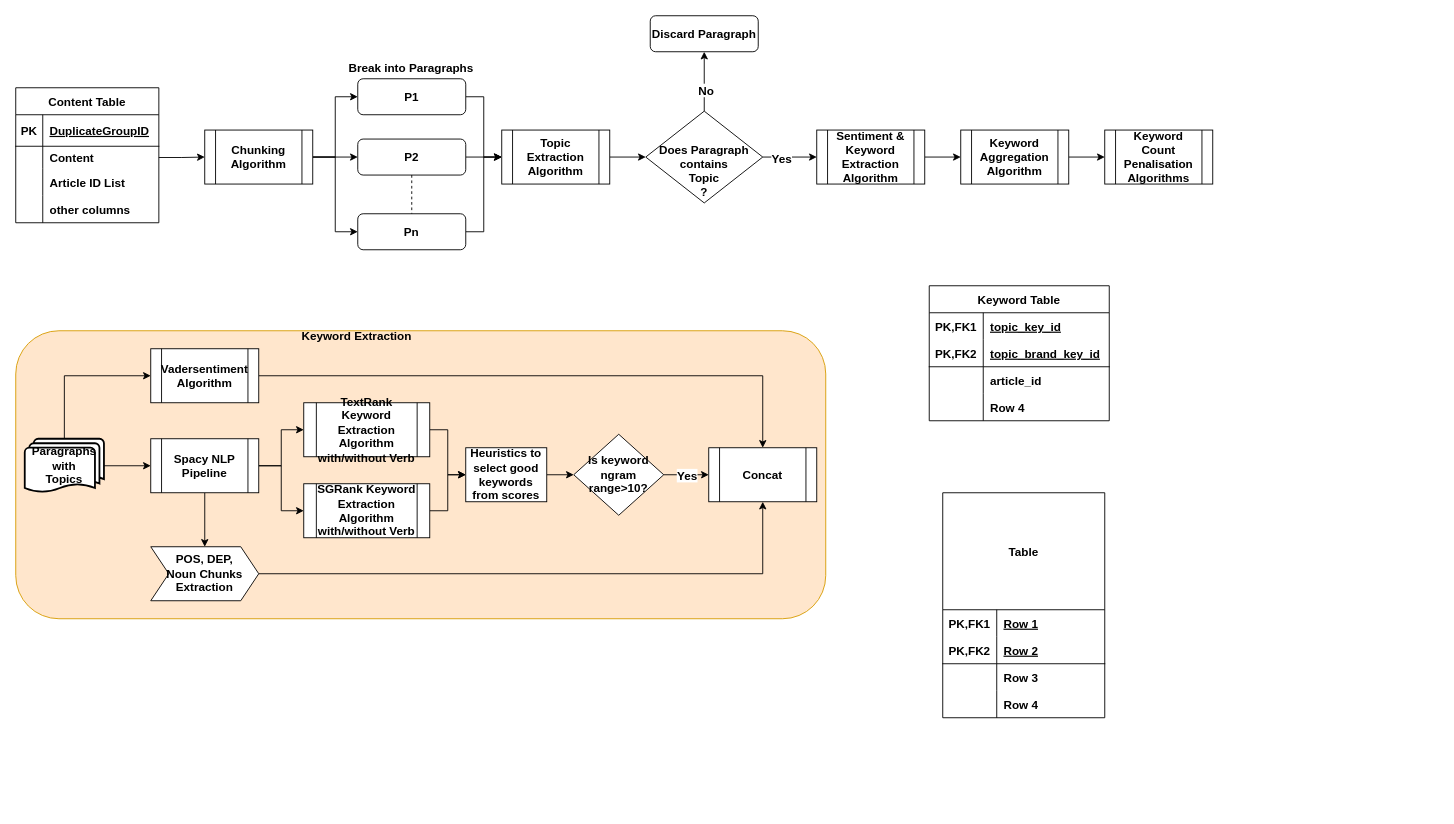
travel-code-sleep/darw_io_diagrams keeps this draw.io diagram as Topic_Sentiment_Keyword_Extraction.drawio. Above is the earlier version. Source tidied: cells renumbered, new cells numbered last; positions are measured from the earlier drawing's top-left corner, leaving out a move shared by most shapes. Both pictures are drawn from the tidied source at 90%, with x=0, y=0 at pixel (15, 15).
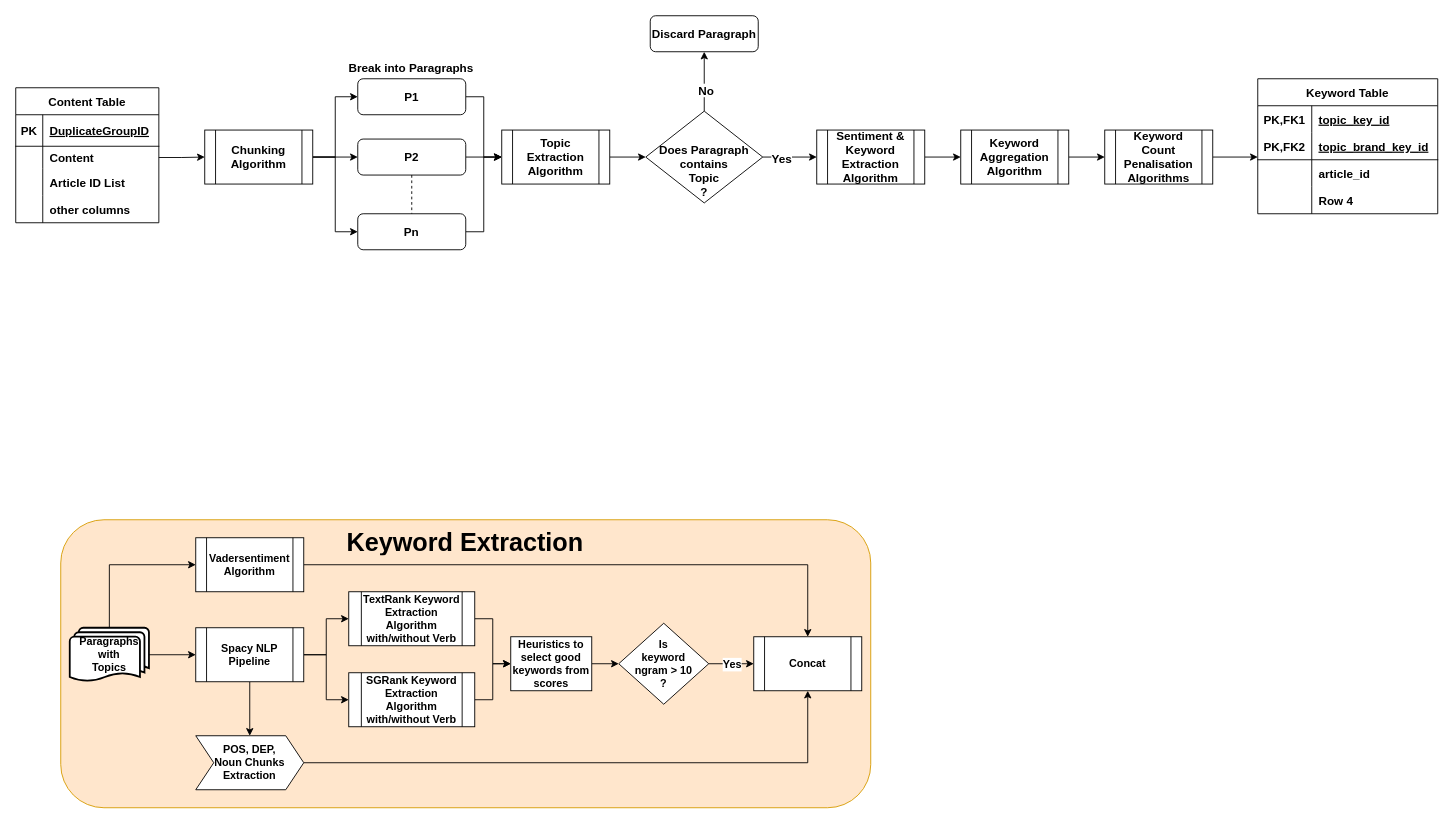
Above is the later version.

Unchanged cells that the change refers to:
```xml
<mxCell id="68" style="shape=tableRow;horizontal=0;startSize=0;swimlaneHead=0;swimlaneBody=0;fillColor=none;points=[[0,0.5],[1,0.5]];portConstraint=eastwest;top=0;left=0;right=0;bottom=1;fontStyle=1;fontSize=13;" parent="64" vertex="1">
  <mxGeometry y="60" width="200" height="30" as="geometry" />
</mxCell>
<mxCell id="77" value="Keyword Count Penalisation Algorithms" style="shape=process;whiteSpace=wrap;html=1;backgroundOutline=1;fontStyle=1;fontSize=13;" parent="1" vertex="1">
  <mxGeometry x="1210" y="127" width="120" height="60" as="geometry" />
</mxCell>
```

What changed in the source:
```diff
@@
-    <mxCell id="39" style="rounded=1;whiteSpace=wrap;html=1;fillColor=#ffe6cc;strokeColor=#d79b00;fontStyle=1;fontSize=13;" parent="1" vertex="1">
-      <mxGeometry y="350" width="900" height="320" as="geometry" />
+    <mxCell id="39" style="rounded=1;whiteSpace=wrap;html=1;fillColor=#ffe6cc;strokeColor=#d79b00;fontStyle=1;fontSize=12;" parent="1" vertex="1">
+      <mxGeometry x="50" y="560" width="900" height="320" as="geometry" />
     </mxCell>
-    <mxCell id="40" style="edgeStyle=orthogonalEdgeStyle;rounded=0;jettySize=auto;html=1;exitX=0.5;exitY=0;exitDx=0;exitDy=0;exitPerimeter=0;entryX=0;entryY=0.5;entryDx=0;entryDy=0;endArrow=classic;endFill=1;fontStyle=1;fontSize=13;" parent="1" edge="1" source="42" target="44">
+    <mxCell id="40" style="edgeStyle=orthogonalEdgeStyle;rounded=0;jettySize=auto;html=1;exitX=0.5;exitY=0;exitDx=0;exitDy=0;exitPerimeter=0;entryX=0;entryY=0.5;entryDx=0;entryDy=0;endArrow=classic;endFill=1;fontStyle=1;fontSize=12;" parent="1" edge="1" source="42" target="44">
       <mxGeometry relative="1" as="geometry" />
     </mxCell>
-    <mxCell id="41" style="edgeStyle=orthogonalEdgeStyle;rounded=0;jettySize=auto;html=1;exitX=1;exitY=0.5;exitDx=0;exitDy=0;exitPerimeter=0;endArrow=classic;endFill=1;fontStyle=1;fontSize=13;" parent="1" edge="1" source="42" target="48">
+    <mxCell id="41" style="edgeStyle=orthogonalEdgeStyle;rounded=0;jettySize=auto;html=1;exitX=1;exitY=0.5;exitDx=0;exitDy=0;exitPerimeter=0;endArrow=classic;endFill=1;fontStyle=1;fontSize=12;" parent="1" edge="1" source="42" target="48">
       <mxGeometry relative="1" as="geometry" />
     </mxCell>
-    <mxCell id="42" value="Paragraphs with&lt;br style=&quot;font-size: 13px;&quot;&gt;Topics" style="strokeWidth=2;html=1;shape=mxgraph.flowchart.multi-document;whiteSpace=wrap;fontStyle=1;fontSize=13;" parent="1" vertex="1">
-      <mxGeometry x="10" y="470" width="88" height="60" as="geometry" />
+    <mxCell id="42" value="Paragraphs with&lt;br style=&quot;font-size: 12px;&quot;&gt;Topics" style="strokeWidth=2;html=1;shape=mxgraph.flowchart.multi-document;whiteSpace=wrap;fontStyle=1;fontSize=12;" parent="1" vertex="1">
+      <mxGeometry x="60" y="680" width="88" height="60" as="geometry" />
     </mxCell>
-    <mxCell id="43" style="edgeStyle=orthogonalEdgeStyle;rounded=0;jettySize=auto;html=1;exitX=1;exitY=0.5;exitDx=0;exitDy=0;entryX=0.5;entryY=0;entryDx=0;entryDy=0;endArrow=classic;endFill=1;fontStyle=1;fontSize=13;" parent="1" edge="1" source="44" target="62">
+    <mxCell id="43" style="edgeStyle=orthogonalEdgeStyle;rounded=0;jettySize=auto;html=1;exitX=1;exitY=0.5;exitDx=0;exitDy=0;entryX=0.5;entryY=0;entryDx=0;entryDy=0;endArrow=classic;endFill=1;fontStyle=1;fontSize=12;" parent="1" edge="1" source="44" target="62">
       <mxGeometry relative="1" as="geometry" />
     </mxCell>
-    <mxCell id="44" value="&lt;span style=&quot;font-size: 13px;&quot;&gt;Vadersentiment&lt;/span&gt;&lt;br style=&quot;font-size: 13px;&quot;&gt;&lt;span style=&quot;font-size: 13px;&quot;&gt;Algorithm&lt;/span&gt;" style="shape=process;whiteSpace=wrap;html=1;backgroundOutline=1;fontStyle=1;fontSize=13;" parent="1" vertex="1">
-      <mxGeometry x="150" y="370" width="120" height="60" as="geometry" />
+    <mxCell id="44" value="&lt;span style=&quot;font-size: 12px;&quot;&gt;Vadersentiment&lt;/span&gt;&lt;br style=&quot;font-size: 12px;&quot;&gt;&lt;span style=&quot;font-size: 12px;&quot;&gt;Algorithm&lt;/span&gt;" style="shape=process;whiteSpace=wrap;html=1;backgroundOutline=1;fontStyle=1;fontSize=12;" parent="1" vertex="1">
+      <mxGeometry x="200" y="580" width="120" height="60" as="geometry" />
     </mxCell>
-    <mxCell id="45" style="edgeStyle=orthogonalEdgeStyle;rounded=0;jettySize=auto;html=1;exitX=1;exitY=0.5;exitDx=0;exitDy=0;entryX=0;entryY=0.5;entryDx=0;entryDy=0;endArrow=classic;endFill=1;fontStyle=1;fontSize=13;" parent="1" edge="1" source="48" target="50">
+    <mxCell id="45" style="edgeStyle=orthogonalEdgeStyle;rounded=0;jettySize=auto;html=1;exitX=1;exitY=0.5;exitDx=0;exitDy=0;entryX=0;entryY=0.5;entryDx=0;entryDy=0;endArrow=classic;endFill=1;fontStyle=1;fontSize=12;" parent="1" edge="1" source="48" target="50">
       <mxGeometry relative="1" as="geometry" />
     </mxCell>
-    <mxCell id="46" style="edgeStyle=orthogonalEdgeStyle;rounded=0;jettySize=auto;html=1;exitX=1;exitY=0.5;exitDx=0;exitDy=0;endArrow=classic;endFill=1;fontStyle=1;fontSize=13;" parent="1" edge="1" source="48" target="54">
+    <mxCell id="46" style="edgeStyle=orthogonalEdgeStyle;rounded=0;jettySize=auto;html=1;exitX=1;exitY=0.5;exitDx=0;exitDy=0;endArrow=classic;endFill=1;fontStyle=1;fontSize=12;" parent="1" edge="1" source="48" target="54">
       <mxGeometry relative="1" as="geometry" />
     </mxCell>
-    <mxCell id="47" style="edgeStyle=orthogonalEdgeStyle;rounded=0;jettySize=auto;html=1;exitX=0.5;exitY=1;exitDx=0;exitDy=0;entryX=0.5;entryY=0;entryDx=0;entryDy=0;endArrow=classic;endFill=1;fontStyle=1;fontSize=13;" parent="1" edge="1" source="48" target="52">
+    <mxCell id="47" style="edgeStyle=orthogonalEdgeStyle;rounded=0;jettySize=auto;html=1;exitX=0.5;exitY=1;exitDx=0;exitDy=0;entryX=0.5;entryY=0;entryDx=0;entryDy=0;endArrow=classic;endFill=1;fontStyle=1;fontSize=12;" parent="1" edge="1" source="48" target="52">
       <mxGeometry relative="1" as="geometry" />
     </mxCell>
-    <mxCell id="48" value="Spacy NLP&lt;br style=&quot;font-size: 13px;&quot;&gt;Pipeline" style="shape=process;whiteSpace=wrap;html=1;backgroundOutline=1;fontStyle=1;fontSize=13;" parent="1" vertex="1">
-      <mxGeometry x="150" y="470" width="120" height="60" as="geometry" />
+    <mxCell id="48" value="Spacy NLP&lt;br style=&quot;font-size: 12px;&quot;&gt;Pipeline" style="shape=process;whiteSpace=wrap;html=1;backgroundOutline=1;fontStyle=1;fontSize=12;" parent="1" vertex="1">
+      <mxGeometry x="200" y="680" width="120" height="60" as="geometry" />
     </mxCell>
-    <mxCell id="49" style="edgeStyle=orthogonalEdgeStyle;rounded=0;jettySize=auto;html=1;exitX=1;exitY=0.5;exitDx=0;exitDy=0;endArrow=classic;endFill=1;fontStyle=1;fontSize=13;" parent="1" edge="1" source="50" target="56">
+    <mxCell id="49" style="edgeStyle=orthogonalEdgeStyle;rounded=0;jettySize=auto;html=1;exitX=1;exitY=0.5;exitDx=0;exitDy=0;endArrow=classic;endFill=1;fontStyle=1;fontSize=12;" parent="1" edge="1" source="50" target="56">
       <mxGeometry relative="1" as="geometry" />
     </mxCell>
-    <mxCell id="50" value="TextRank Keyword Extraction Algorithm&lt;br style=&quot;font-size: 13px;&quot;&gt;with/without Verb" style="shape=process;whiteSpace=wrap;html=1;backgroundOutline=1;fontStyle=1;fontSize=13;" parent="1" vertex="1">
-      <mxGeometry x="320" y="430" width="140" height="60" as="geometry" />
+    <mxCell id="50" value="TextRank Keyword Extraction Algorithm&lt;br style=&quot;font-size: 12px;&quot;&gt;with/without Verb" style="shape=process;whiteSpace=wrap;html=1;backgroundOutline=1;fontStyle=1;fontSize=12;" parent="1" vertex="1">
+      <mxGeometry x="370" y="640" width="140" height="60" as="geometry" />
     </mxCell>
-    <mxCell id="51" style="edgeStyle=orthogonalEdgeStyle;rounded=0;jettySize=auto;html=1;exitX=1;exitY=0.5;exitDx=0;exitDy=0;entryX=0.5;entryY=1;entryDx=0;entryDy=0;endArrow=classic;endFill=1;fontStyle=1;fontSize=13;" parent="1" edge="1" source="52" target="62">
+    <mxCell id="51" style="edgeStyle=orthogonalEdgeStyle;rounded=0;jettySize=auto;html=1;exitX=1;exitY=0.5;exitDx=0;exitDy=0;entryX=0.5;entryY=1;entryDx=0;entryDy=0;endArrow=classic;endFill=1;fontStyle=1;fontSize=12;" parent="1" edge="1" source="52" target="62">
       <mxGeometry relative="1" as="geometry" />
     </mxCell>
-    <mxCell id="52" value="POS, DEP, &lt;br style=&quot;font-size: 13px;&quot;&gt;Noun Chunks&lt;br style=&quot;font-size: 13px;&quot;&gt;Extraction" style="shape=step;perimeter=stepPerimeter;whiteSpace=wrap;html=1;fixedSize=1;fontStyle=1;fontSize=13;" parent="1" vertex="1">
-      <mxGeometry x="150" y="590" width="120" height="60" as="geometry" />
+    <mxCell id="52" value="POS, DEP, &lt;br style=&quot;font-size: 12px;&quot;&gt;Noun Chunks&lt;br style=&quot;font-size: 12px;&quot;&gt;Extraction" style="shape=step;perimeter=stepPerimeter;whiteSpace=wrap;html=1;fixedSize=1;fontStyle=1;fontSize=12;" parent="1" vertex="1">
+      <mxGeometry x="200" y="800" width="120" height="60" as="geometry" />
     </mxCell>
-    <mxCell id="53" style="edgeStyle=orthogonalEdgeStyle;rounded=0;jettySize=auto;html=1;exitX=1;exitY=0.5;exitDx=0;exitDy=0;entryX=0;entryY=0.5;entryDx=0;entryDy=0;endArrow=classic;endFill=1;fontStyle=1;fontSize=13;" parent="1" edge="1" source="54" target="56">
+    <mxCell id="53" style="edgeStyle=orthogonalEdgeStyle;rounded=0;jettySize=auto;html=1;exitX=1;exitY=0.5;exitDx=0;exitDy=0;entryX=0;entryY=0.5;entryDx=0;entryDy=0;endArrow=classic;endFill=1;fontStyle=1;fontSize=12;" parent="1" edge="1" source="54" target="56">
       <mxGeometry relative="1" as="geometry" />
     </mxCell>
-    <mxCell id="54" value="&lt;span style=&quot;font-size: 13px;&quot;&gt;SGRank Keyword Extraction Algorithm&lt;/span&gt;&lt;br style=&quot;font-size: 13px;&quot;&gt;&lt;span style=&quot;font-size: 13px;&quot;&gt;with/without Verb&lt;/span&gt;" style="shape=process;whiteSpace=wrap;html=1;backgroundOutline=1;fontStyle=1;fontSize=13;" parent="1" vertex="1">
-      <mxGeometry x="320" y="520" width="140" height="60" as="geometry" />
+    <mxCell id="54" value="&lt;span style=&quot;font-size: 12px;&quot;&gt;SGRank Keyword Extraction Algorithm&lt;/span&gt;&lt;br style=&quot;font-size: 12px;&quot;&gt;&lt;span style=&quot;font-size: 12px;&quot;&gt;with/without Verb&lt;/span&gt;" style="shape=process;whiteSpace=wrap;html=1;backgroundOutline=1;fontStyle=1;fontSize=12;" parent="1" vertex="1">
+      <mxGeometry x="370" y="730" width="140" height="60" as="geometry" />
     </mxCell>
-    <mxCell id="55" style="edgeStyle=orthogonalEdgeStyle;rounded=0;jettySize=auto;html=1;exitX=1;exitY=0.5;exitDx=0;exitDy=0;entryX=0;entryY=0.5;entryDx=0;entryDy=0;endArrow=classic;endFill=1;fontStyle=1;fontSize=13;" parent="1" edge="1" source="56" target="61">
+    <mxCell id="55" style="edgeStyle=orthogonalEdgeStyle;rounded=0;jettySize=auto;html=1;exitX=1;exitY=0.5;exitDx=0;exitDy=0;entryX=0;entryY=0.5;entryDx=0;entryDy=0;endArrow=classic;endFill=1;fontStyle=1;fontSize=12;" parent="1" edge="1" source="56" target="61">
       <mxGeometry relative="1" as="geometry" />
     </mxCell>
-    <mxCell id="56" value="Heuristics to select good keywords from scores" style="whiteSpace=wrap;html=1;fontStyle=1;fontSize=13;" parent="1" vertex="1">
-      <mxGeometry x="500" y="480" width="90" height="60" as="geometry" />
+    <mxCell id="56" value="Heuristics to select good keywords from scores" style="whiteSpace=wrap;html=1;fontStyle=1;fontSize=12;" parent="1" vertex="1">
+      <mxGeometry x="550" y="690" width="90" height="60" as="geometry" />
     </mxCell>
@@
-    <mxCell id="59" style="edgeStyle=orthogonalEdgeStyle;rounded=0;jettySize=auto;html=1;exitX=1;exitY=0.5;exitDx=0;exitDy=0;entryX=0;entryY=0.5;entryDx=0;entryDy=0;endArrow=classic;endFill=1;fontStyle=1;fontSize=13;" parent="1" edge="1" source="61" target="62">
+    <mxCell id="59" style="edgeStyle=orthogonalEdgeStyle;rounded=0;jettySize=auto;html=1;exitX=1;exitY=0.5;exitDx=0;exitDy=0;entryX=0;entryY=0.5;entryDx=0;entryDy=0;endArrow=classic;endFill=1;fontStyle=1;fontSize=12;" parent="1" edge="1" source="61" target="62">
       <mxGeometry relative="1" as="geometry" />
     </mxCell>
-    <mxCell id="60" value="Yes" style="edgeLabel;html=1;align=center;verticalAlign=middle;fontStyle=1;fontSize=13;" parent="59" vertex="1">
+    <mxCell id="60" value="Yes" style="edgeLabel;html=1;align=center;verticalAlign=middle;fontStyle=1;fontSize=12;" parent="59" vertex="1">
       <mxGeometry relative="1" as="geometry" />
     </mxCell>
-    <mxCell id="61" value="Is keyword&lt;br style=&quot;font-size: 13px;&quot;&gt;ngram&lt;br style=&quot;font-size: 13px;&quot;&gt;range&amp;gt;10?" style="rhombus;whiteSpace=wrap;html=1;fontStyle=1;fontSize=13;" parent="1" vertex="1">
-      <mxGeometry x="620" y="465" width="100" height="90" as="geometry" />
+    <mxCell id="61" value="Is &lt;br&gt;keyword&lt;br style=&quot;font-size: 12px;&quot;&gt;ngram &amp;gt; 10&lt;br&gt;?" style="rhombus;whiteSpace=wrap;html=1;fontStyle=1;fontSize=12;" parent="1" vertex="1">
+      <mxGeometry x="670" y="675" width="100" height="90" as="geometry" />
     </mxCell>
-    <mxCell id="62" value="Concat" style="shape=process;whiteSpace=wrap;html=1;backgroundOutline=1;fontStyle=1;fontSize=13;" parent="1" vertex="1">
-      <mxGeometry x="770" y="480" width="120" height="60" as="geometry" />
+    <mxCell id="62" value="Concat" style="shape=process;whiteSpace=wrap;html=1;backgroundOutline=1;fontStyle=1;fontSize=12;" parent="1" vertex="1">
+      <mxGeometry x="820" y="690" width="120" height="60" as="geometry" />
     </mxCell>
-    <mxCell id="63" value="&lt;h1 style=&quot;font-size: 13px;&quot;&gt;Keyword Extraction&lt;/h1&gt;" style="text;html=1;strokeColor=none;fillColor=none;spacing=5;spacingTop=-20;whiteSpace=wrap;overflow=hidden;rounded=0;fontStyle=1;fontSize=13;" parent="1" vertex="1">
-      <mxGeometry x="312.5" y="350" width="275" height="40" as="geometry" />
+    <mxCell id="63" value="&lt;h1 style=&quot;font-size: 28px;&quot;&gt;Keyword Extraction&lt;/h1&gt;" style="text;html=1;strokeColor=none;fillColor=none;spacing=5;spacingTop=-20;whiteSpace=wrap;overflow=hidden;rounded=0;fontStyle=1;fontSize=28;" parent="1" vertex="1">
+      <mxGeometry x="362.5" y="560" width="275" height="40" as="geometry" />
     </mxCell>
     <mxCell id="64" value="Keyword Table" style="shape=table;startSize=30;childLayout=tableLayout;rowLines=0;fontStyle=1;align=center;fontSize=13;" parent="1" vertex="1">
-      <mxGeometry x="1015" y="300" width="200" height="150" as="geometry" />
+      <mxGeometry x="1380" y="70" width="200" height="150" as="geometry" />
     </mxCell>
@@
+    <mxCell id="91" style="edgeStyle=orthogonalEdgeStyle;rounded=0;jettySize=auto;html=1;exitX=1;exitY=0.5;exitDx=0;exitDy=0;entryX=0;entryY=0.9;entryDx=0;entryDy=0;entryPerimeter=0;fontSize=28;endArrow=classic;endFill=1;" parent="1" edge="1" source="77" target="68">
+      <mxGeometry relative="1" as="geometry" />
+    </mxCell>
@@
-    <mxCell id="78" value="Table" style="shape=table;startSize=130;childLayout=tableLayout;rowLines=0;fontStyle=1;align=center;fontSize=13;" parent="1" vertex="1">
-      <mxGeometry x="1030" y="530" width="180" height="250" as="geometry" />
-    </mxCell>
-    <mxCell id="79" style="shape=tableRow;horizontal=0;startSize=0;swimlaneHead=0;swimlaneBody=0;fillColor=none;top=0;left=0;right=0;bottom=0;fontStyle=1;fontSize=13;" parent="78" vertex="1">
-      <mxGeometry y="130" width="180" height="30" as="geometry" />
-    </mxCell>
-    <mxCell id="80" value="PK,FK1" style="shape=partialRectangle;fillColor=none;top=0;left=0;bottom=0;right=0;fontStyle=1;overflow=hidden;fontSize=13;" parent="79" vertex="1">
-      <mxGeometry width="60" height="30" as="geometry" />
-    </mxCell>
-    <mxCell id="81" value="Row 1" style="shape=partialRectangle;fillColor=none;top=0;left=0;bottom=0;right=0;align=left;spacingLeft=6;fontStyle=5;overflow=hidden;fontSize=13;" parent="79" vertex="1">
-      <mxGeometry x="60" width="120" height="30" as="geometry" />
-    </mxCell>
-    <mxCell id="82" style="shape=tableRow;horizontal=0;startSize=0;swimlaneHead=0;swimlaneBody=0;fillColor=none;top=0;left=0;right=0;bottom=1;fontStyle=1;fontSize=13;" parent="78" vertex="1">
-      <mxGeometry y="160" width="180" height="30" as="geometry" />
-    </mxCell>
-    <mxCell id="83" value="PK,FK2" style="shape=partialRectangle;fillColor=none;top=0;left=0;bottom=0;right=0;fontStyle=1;overflow=hidden;fontSize=13;" parent="82" vertex="1">
-      <mxGeometry width="60" height="30" as="geometry" />
-    </mxCell>
-    <mxCell id="84" value="Row 2" style="shape=partialRectangle;fillColor=none;top=0;left=0;bottom=0;right=0;align=left;spacingLeft=6;fontStyle=5;overflow=hidden;fontSize=13;" parent="82" vertex="1">
-      <mxGeometry x="60" width="120" height="30" as="geometry" />
-    </mxCell>
-    <mxCell id="85" style="shape=tableRow;horizontal=0;startSize=0;swimlaneHead=0;swimlaneBody=0;fillColor=none;top=0;left=0;right=0;bottom=0;fontStyle=1;fontSize=13;" parent="78" vertex="1">
-      <mxGeometry y="190" width="180" height="30" as="geometry" />
-    </mxCell>
-    <mxCell id="86" style="shape=partialRectangle;fillColor=none;top=0;left=0;bottom=0;right=0;overflow=hidden;fontStyle=1;fontSize=13;" parent="85" vertex="1">
-      <mxGeometry width="60" height="30" as="geometry" />
-    </mxCell>
-    <mxCell id="87" value="Row 3" style="shape=partialRectangle;fillColor=none;top=0;left=0;bottom=0;right=0;align=left;spacingLeft=6;overflow=hidden;fontStyle=1;fontSize=13;" parent="85" vertex="1">
-      <mxGeometry x="60" width="120" height="30" as="geometry" />
-    </mxCell>
-    <mxCell id="88" style="shape=tableRow;horizontal=0;startSize=0;swimlaneHead=0;swimlaneBody=0;fillColor=none;top=0;left=0;right=0;bottom=0;fontStyle=1;fontSize=13;" parent="78" vertex="1">
-      <mxGeometry y="220" width="180" height="30" as="geometry" />
-    </mxCell>
-    <mxCell id="89" style="shape=partialRectangle;fillColor=none;top=0;left=0;bottom=0;right=0;overflow=hidden;fontStyle=1;fontSize=13;" parent="88" vertex="1">
-      <mxGeometry width="60" height="30" as="geometry" />
-    </mxCell>
-    <mxCell id="90" value="Row 4" style="shape=partialRectangle;fillColor=none;top=0;left=0;bottom=0;right=0;align=left;spacingLeft=6;overflow=hidden;fontStyle=1;fontSize=13;" parent="88" vertex="1">
-      <mxGeometry x="60" width="120" height="30" as="geometry" />
-    </mxCell>
```
